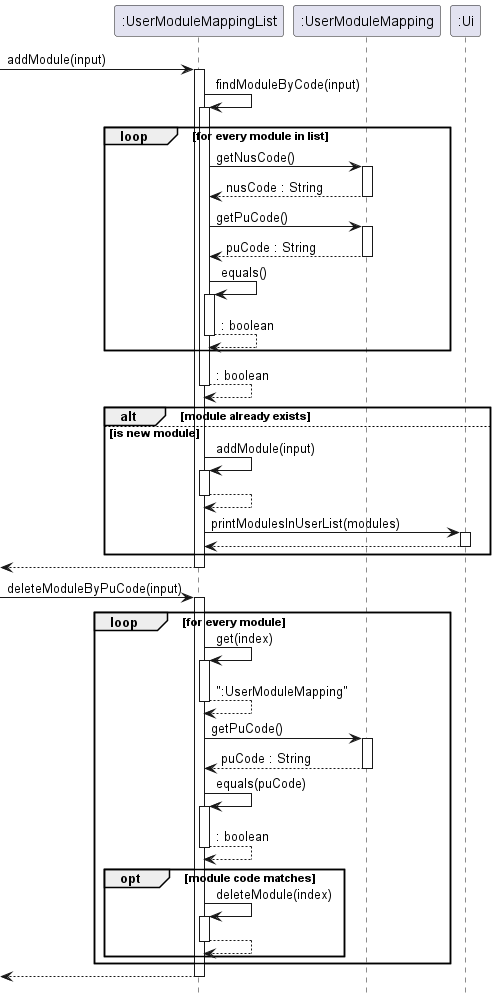
This is docs/images/UserModuleMapping_Sequence.png from nus-cs2113-AY2223S1/tp, a PlantUML export, as it was before one commit.
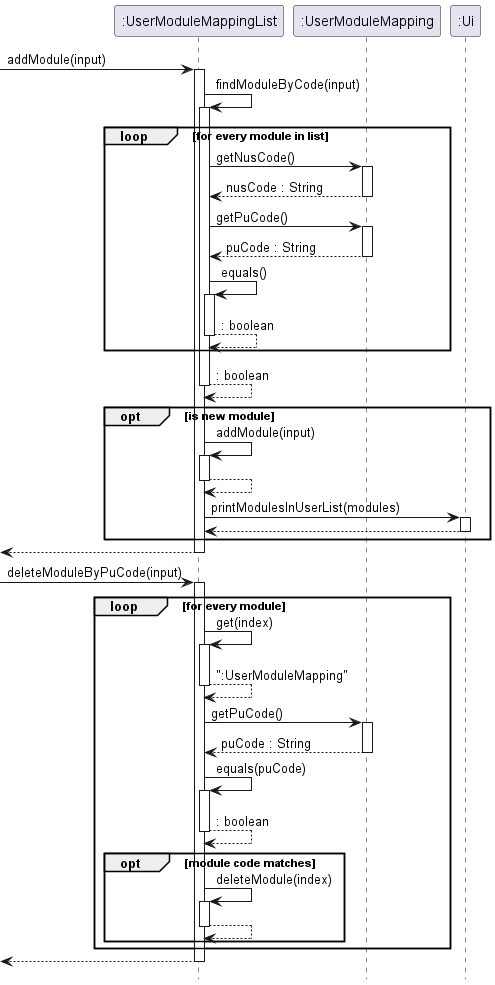
Above is the later version.

Commit message:
Update DG and sequence diagrams

Diff of the diagram source:
```diff
@@ -19,8 +19,7 @@
 end
 return : boolean
 
-alt module already exists
-else is new module
+opt is new module
 ":UserModuleMappingList" -> ":UserModuleMappingList" : addModule(input)
 activate ":UserModuleMappingList"
 return
```
